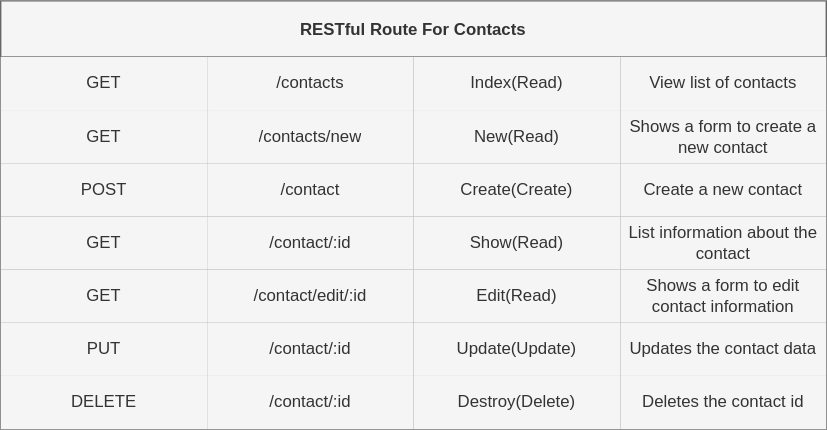
Earlier version of the draw.io export restfulRoute.drawio.svg (Rjaysesh0207/project-2). Source tidied: cells renumbered, new cells last; positions are measured from the earlier drawing's top-left corner, leaving out a move shared by most shapes.
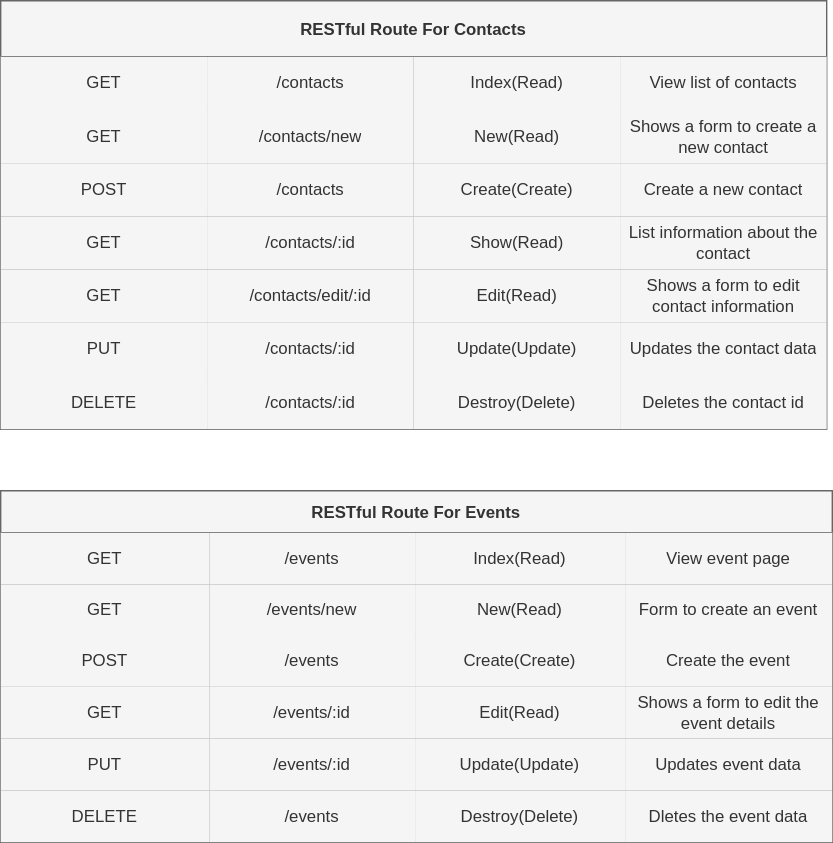
Later version of the same file.

Commit message:
Made invite card a stretch goal, made a RESTful chart for Events model

What changed in the source:
```diff
@@ -41,7 +41,7 @@
     <mxCell id="14" value="POST" style="shape=partialRectangle;html=1;whiteSpace=wrap;fillColor=#f5f5f5;top=0;left=0;bottom=0;right=0;overflow=hidden;fontColor=#333333;strokeColor=#666666;" parent="13" vertex="1">
       <mxGeometry width="148" height="38" as="geometry" />
     </mxCell>
-    <mxCell id="15" value="/contact" style="shape=partialRectangle;html=1;whiteSpace=wrap;fillColor=#f5f5f5;top=0;left=0;bottom=0;right=0;overflow=hidden;fontColor=#333333;strokeColor=#666666;" parent="13" vertex="1">
+    <mxCell id="15" value="/contacts" style="shape=partialRectangle;html=1;whiteSpace=wrap;fillColor=#f5f5f5;top=0;left=0;bottom=0;right=0;overflow=hidden;fontColor=#333333;strokeColor=#666666;" parent="13" vertex="1">
       <mxGeometry x="148" width="147" height="38" as="geometry" />
     </mxCell>
     <mxCell id="16" value="Create(Create)" style="shape=partialRectangle;html=1;whiteSpace=wrap;fillColor=#f5f5f5;top=0;left=0;bottom=0;right=0;overflow=hidden;fontColor=#333333;strokeColor=#666666;" parent="13" vertex="1">
@@ -56,7 +56,7 @@
     <mxCell id="19" value="GET" style="shape=partialRectangle;html=1;whiteSpace=wrap;fillColor=#f5f5f5;top=0;left=0;bottom=0;right=0;overflow=hidden;fontColor=#333333;strokeColor=#666666;" parent="18" vertex="1">
       <mxGeometry width="148" height="38" as="geometry" />
     </mxCell>
-    <mxCell id="20" value="/contact/:id" style="shape=partialRectangle;html=1;whiteSpace=wrap;fillColor=#f5f5f5;top=0;left=0;bottom=0;right=0;overflow=hidden;fontColor=#333333;strokeColor=#666666;" parent="18" vertex="1">
+    <mxCell id="20" value="/contacts/:id" style="shape=partialRectangle;html=1;whiteSpace=wrap;fillColor=#f5f5f5;top=0;left=0;bottom=0;right=0;overflow=hidden;fontColor=#333333;strokeColor=#666666;" parent="18" vertex="1">
       <mxGeometry x="148" width="147" height="38" as="geometry" />
     </mxCell>
     <mxCell id="21" value="Show(Read)" style="shape=partialRectangle;html=1;whiteSpace=wrap;fillColor=#f5f5f5;top=0;left=0;bottom=0;right=0;overflow=hidden;fontColor=#333333;strokeColor=#666666;" parent="18" vertex="1">
@@ -71,7 +71,7 @@
     <mxCell id="24" value="GET" style="shape=partialRectangle;html=1;whiteSpace=wrap;fillColor=#f5f5f5;top=0;left=0;bottom=0;right=0;overflow=hidden;fontColor=#333333;strokeColor=#666666;" parent="23" vertex="1">
       <mxGeometry width="148" height="38" as="geometry" />
     </mxCell>
-    <mxCell id="25" value="/contact/edit/:id" style="shape=partialRectangle;html=1;whiteSpace=wrap;fillColor=#f5f5f5;top=0;left=0;bottom=0;right=0;overflow=hidden;fontColor=#333333;strokeColor=#666666;" parent="23" vertex="1">
+    <mxCell id="25" value="/contacts/edit/:id" style="shape=partialRectangle;html=1;whiteSpace=wrap;fillColor=#f5f5f5;top=0;left=0;bottom=0;right=0;overflow=hidden;fontColor=#333333;strokeColor=#666666;" parent="23" vertex="1">
       <mxGeometry x="148" width="147" height="38" as="geometry" />
     </mxCell>
     <mxCell id="26" value="Edit(Read)" style="shape=partialRectangle;html=1;whiteSpace=wrap;fillColor=#f5f5f5;top=0;left=0;bottom=0;right=0;overflow=hidden;fontColor=#333333;strokeColor=#666666;" parent="23" vertex="1">
@@ -86,7 +86,7 @@
     <mxCell id="29" value="PUT" style="shape=partialRectangle;html=1;whiteSpace=wrap;fillColor=#f5f5f5;top=0;left=0;bottom=0;right=0;overflow=hidden;fontColor=#333333;strokeColor=#666666;" parent="28" vertex="1">
       <mxGeometry width="148" height="38" as="geometry" />
     </mxCell>
-    <mxCell id="30" value="/contact/:id" style="shape=partialRectangle;html=1;whiteSpace=wrap;fillColor=#f5f5f5;top=0;left=0;bottom=0;right=0;overflow=hidden;fontColor=#333333;strokeColor=#666666;" parent="28" vertex="1">
+    <mxCell id="30" value="/contacts/:id" style="shape=partialRectangle;html=1;whiteSpace=wrap;fillColor=#f5f5f5;top=0;left=0;bottom=0;right=0;overflow=hidden;fontColor=#333333;strokeColor=#666666;" parent="28" vertex="1">
       <mxGeometry x="148" width="147" height="38" as="geometry" />
     </mxCell>
     <mxCell id="31" value="Update(Update)" style="shape=partialRectangle;html=1;whiteSpace=wrap;fillColor=#f5f5f5;top=0;left=0;bottom=0;right=0;overflow=hidden;fontColor=#333333;strokeColor=#666666;" parent="28" vertex="1">
@@ -101,7 +101,7 @@
     <mxCell id="34" value="DELETE" style="shape=partialRectangle;html=1;whiteSpace=wrap;fillColor=#f5f5f5;top=0;left=0;bottom=0;right=0;overflow=hidden;fontColor=#333333;strokeColor=#666666;" parent="33" vertex="1">
       <mxGeometry width="148" height="38" as="geometry" />
     </mxCell>
-    <mxCell id="35" value="/contact/:id" style="shape=partialRectangle;html=1;whiteSpace=wrap;fillColor=#f5f5f5;top=0;left=0;bottom=0;right=0;overflow=hidden;fontColor=#333333;strokeColor=#666666;" parent="33" vertex="1">
+    <mxCell id="35" value="/contacts/:id" style="shape=partialRectangle;html=1;whiteSpace=wrap;fillColor=#f5f5f5;top=0;left=0;bottom=0;right=0;overflow=hidden;fontColor=#333333;strokeColor=#666666;" parent="33" vertex="1">
       <mxGeometry x="148" width="147" height="38" as="geometry" />
     </mxCell>
     <mxCell id="36" value="Destroy(Delete)" style="shape=partialRectangle;html=1;whiteSpace=wrap;fillColor=#f5f5f5;top=0;left=0;bottom=0;right=0;overflow=hidden;fontColor=#333333;strokeColor=#666666;" parent="33" vertex="1">
@@ -110,5 +110,98 @@
     <mxCell id="37" value="Deletes the contact id" style="shape=partialRectangle;html=1;whiteSpace=wrap;fillColor=#f5f5f5;top=0;left=0;bottom=0;right=0;overflow=hidden;fontColor=#333333;strokeColor=#666666;" parent="33" vertex="1">
       <mxGeometry x="443" width="147" height="38" as="geometry" />
     </mxCell>
+    <mxCell id="38" value="RESTful Route For Events" style="shape=table;startSize=30;fontStyle=1;align=center;fillColor=#f5f5f5;fontColor=#333333;strokeColor=#666666;" parent="1" vertex="1">
+      <mxGeometry y="350" width="594" height="251" as="geometry" />
+    </mxCell>
+    <mxCell id="39" style="shape=tableRow;horizontal=0;startSize=0;swimlaneHead=0;swimlaneBody=0;top=0;left=0;bottom=0;right=0;fillColor=none;" parent="38" vertex="1">
+      <mxGeometry y="30" width="594" height="37" as="geometry" />
+    </mxCell>
+    <mxCell id="40" value="GET" style="shape=partialRectangle;html=1;whiteSpace=wrap;fillColor=#f5f5f5;top=0;left=0;bottom=0;right=0;overflow=hidden;fontColor=#333333;strokeColor=#666666;" parent="39" vertex="1">
+      <mxGeometry width="149" height="37" as="geometry" />
+    </mxCell>
+    <mxCell id="41" value="/events" style="shape=partialRectangle;html=1;whiteSpace=wrap;fillColor=#f5f5f5;top=0;left=0;bottom=0;right=0;overflow=hidden;fontColor=#333333;strokeColor=#666666;" parent="39" vertex="1">
+      <mxGeometry x="149" width="147" height="37" as="geometry" />
+    </mxCell>
+    <mxCell id="42" value="Index(Read)" style="shape=partialRectangle;html=1;whiteSpace=wrap;fillColor=#f5f5f5;top=0;left=0;bottom=0;right=0;overflow=hidden;fontColor=#333333;strokeColor=#666666;" parent="39" vertex="1">
+      <mxGeometry x="296" width="150" height="37" as="geometry" />
+    </mxCell>
+    <mxCell id="43" value="View event page" style="shape=partialRectangle;html=1;whiteSpace=wrap;fillColor=#f5f5f5;top=0;left=0;bottom=0;right=0;overflow=hidden;fontColor=#333333;strokeColor=#666666;" parent="39" vertex="1">
+      <mxGeometry x="446" width="148" height="37" as="geometry" />
+    </mxCell>
+    <mxCell id="44" style="shape=tableRow;horizontal=0;startSize=0;swimlaneHead=0;swimlaneBody=0;top=0;left=0;bottom=0;right=0;fillColor=none;" parent="38" vertex="1">
+      <mxGeometry y="67" width="594" height="36" as="geometry" />
+    </mxCell>
+    <mxCell id="45" value="GET" style="shape=partialRectangle;html=1;whiteSpace=wrap;fillColor=#f5f5f5;top=0;left=0;bottom=0;right=0;overflow=hidden;fontColor=#333333;strokeColor=#666666;" parent="44" vertex="1">
+      <mxGeometry width="149" height="36" as="geometry" />
+    </mxCell>
+    <mxCell id="46" value="/events/new" style="shape=partialRectangle;html=1;whiteSpace=wrap;fillColor=#f5f5f5;top=0;left=0;bottom=0;right=0;overflow=hidden;fontColor=#333333;strokeColor=#666666;" parent="44" vertex="1">
+      <mxGeometry x="149" width="147" height="36" as="geometry" />
+    </mxCell>
+    <mxCell id="47" value="New(Read)" style="shape=partialRectangle;html=1;whiteSpace=wrap;fillColor=#f5f5f5;top=0;left=0;bottom=0;right=0;overflow=hidden;fontColor=#333333;strokeColor=#666666;" parent="44" vertex="1">
+      <mxGeometry x="296" width="150" height="36" as="geometry" />
+    </mxCell>
+    <mxCell id="48" value="Form to create an event" style="shape=partialRectangle;html=1;whiteSpace=wrap;fillColor=#f5f5f5;top=0;left=0;bottom=0;right=0;overflow=hidden;fontColor=#333333;strokeColor=#666666;" parent="44" vertex="1">
+      <mxGeometry x="446" width="148" height="36" as="geometry" />
+    </mxCell>
+    <mxCell id="49" style="shape=tableRow;horizontal=0;startSize=0;swimlaneHead=0;swimlaneBody=0;top=0;left=0;bottom=0;right=0;fillColor=none;" parent="38" vertex="1">
+      <mxGeometry y="103" width="594" height="37" as="geometry" />
+    </mxCell>
+    <mxCell id="50" value="POST" style="shape=partialRectangle;html=1;whiteSpace=wrap;fillColor=#f5f5f5;top=0;left=0;bottom=0;right=0;overflow=hidden;fontColor=#333333;strokeColor=#666666;" parent="49" vertex="1">
+      <mxGeometry width="149" height="37" as="geometry" />
+    </mxCell>
+    <mxCell id="51" value="/events" style="shape=partialRectangle;html=1;whiteSpace=wrap;fillColor=#f5f5f5;top=0;left=0;bottom=0;right=0;overflow=hidden;fontColor=#333333;strokeColor=#666666;" parent="49" vertex="1">
+      <mxGeometry x="149" width="147" height="37" as="geometry" />
+    </mxCell>
+    <mxCell id="52" value="Create(Create)" style="shape=partialRectangle;html=1;whiteSpace=wrap;fillColor=#f5f5f5;top=0;left=0;bottom=0;right=0;overflow=hidden;fontColor=#333333;strokeColor=#666666;" parent="49" vertex="1">
+      <mxGeometry x="296" width="150" height="37" as="geometry" />
+    </mxCell>
+    <mxCell id="53" value="Create the event" style="shape=partialRectangle;html=1;whiteSpace=wrap;fillColor=#f5f5f5;top=0;left=0;bottom=0;right=0;overflow=hidden;fontColor=#333333;strokeColor=#666666;" parent="49" vertex="1">
+      <mxGeometry x="446" width="148" height="37" as="geometry" />
+    </mxCell>
+    <mxCell id="54" style="shape=tableRow;horizontal=0;startSize=0;swimlaneHead=0;swimlaneBody=0;top=0;left=0;bottom=0;right=0;fillColor=none;" parent="38" vertex="1">
+      <mxGeometry y="140" width="594" height="37" as="geometry" />
+    </mxCell>
+    <mxCell id="55" value="GET" style="shape=partialRectangle;html=1;whiteSpace=wrap;fillColor=#f5f5f5;top=0;left=0;bottom=0;right=0;overflow=hidden;fontColor=#333333;strokeColor=#666666;" parent="54" vertex="1">
+      <mxGeometry width="149" height="37" as="geometry" />
+    </mxCell>
+    <mxCell id="56" value="/events/:id" style="shape=partialRectangle;html=1;whiteSpace=wrap;fillColor=#f5f5f5;top=0;left=0;bottom=0;right=0;overflow=hidden;fontColor=#333333;strokeColor=#666666;" parent="54" vertex="1">
+      <mxGeometry x="149" width="147" height="37" as="geometry" />
+    </mxCell>
+    <mxCell id="57" value="Edit(Read)" style="shape=partialRectangle;html=1;whiteSpace=wrap;fillColor=#f5f5f5;top=0;left=0;bottom=0;right=0;overflow=hidden;fontColor=#333333;strokeColor=#666666;" parent="54" vertex="1">
+      <mxGeometry x="296" width="150" height="37" as="geometry" />
+    </mxCell>
+    <mxCell id="58" value="Shows a form to edit the event details" style="shape=partialRectangle;html=1;whiteSpace=wrap;fillColor=#f5f5f5;top=0;left=0;bottom=0;right=0;overflow=hidden;fontColor=#333333;strokeColor=#666666;" parent="54" vertex="1">
+      <mxGeometry x="446" width="148" height="37" as="geometry" />
+    </mxCell>
+    <mxCell id="59" style="shape=tableRow;horizontal=0;startSize=0;swimlaneHead=0;swimlaneBody=0;top=0;left=0;bottom=0;right=0;fillColor=none;" parent="38" vertex="1">
+      <mxGeometry y="177" width="594" height="37" as="geometry" />
+    </mxCell>
+    <mxCell id="60" value="PUT" style="shape=partialRectangle;html=1;whiteSpace=wrap;fillColor=#f5f5f5;top=0;left=0;bottom=0;right=0;overflow=hidden;fontColor=#333333;strokeColor=#666666;" parent="59" vertex="1">
+      <mxGeometry width="149" height="37" as="geometry" />
+    </mxCell>
+    <mxCell id="61" value="/events/:id" style="shape=partialRectangle;html=1;whiteSpace=wrap;fillColor=#f5f5f5;top=0;left=0;bottom=0;right=0;overflow=hidden;fontColor=#333333;strokeColor=#666666;" parent="59" vertex="1">
+      <mxGeometry x="149" width="147" height="37" as="geometry" />
+    </mxCell>
+    <mxCell id="62" value="Update(Update)" style="shape=partialRectangle;html=1;whiteSpace=wrap;fillColor=#f5f5f5;top=0;left=0;bottom=0;right=0;overflow=hidden;fontColor=#333333;strokeColor=#666666;" parent="59" vertex="1">
+      <mxGeometry x="296" width="150" height="37" as="geometry" />
+    </mxCell>
+    <mxCell id="63" value="Updates event data" style="shape=partialRectangle;html=1;whiteSpace=wrap;fillColor=#f5f5f5;top=0;left=0;bottom=0;right=0;overflow=hidden;fontColor=#333333;strokeColor=#666666;" parent="59" vertex="1">
+      <mxGeometry x="446" width="148" height="37" as="geometry" />
+    </mxCell>
+    <mxCell id="64" style="shape=tableRow;horizontal=0;startSize=0;swimlaneHead=0;swimlaneBody=0;top=0;left=0;bottom=0;right=0;fillColor=none;" parent="38" vertex="1">
+      <mxGeometry y="214" width="594" height="37" as="geometry" />
+    </mxCell>
+    <mxCell id="65" value="DELETE" style="shape=partialRectangle;html=1;whiteSpace=wrap;fillColor=#f5f5f5;top=0;left=0;bottom=0;right=0;overflow=hidden;fontColor=#333333;strokeColor=#666666;" parent="64" vertex="1">
+      <mxGeometry width="149" height="37" as="geometry" />
+    </mxCell>
+    <mxCell id="66" value="/events" style="shape=partialRectangle;html=1;whiteSpace=wrap;fillColor=#f5f5f5;top=0;left=0;bottom=0;right=0;overflow=hidden;fontColor=#333333;strokeColor=#666666;" parent="64" vertex="1">
+      <mxGeometry x="149" width="147" height="37" as="geometry" />
+    </mxCell>
+    <mxCell id="67" value="Destroy(Delete)" style="shape=partialRectangle;html=1;whiteSpace=wrap;fillColor=#f5f5f5;top=0;left=0;bottom=0;right=0;overflow=hidden;fontColor=#333333;strokeColor=#666666;" parent="64" vertex="1">
+      <mxGeometry x="296" width="150" height="37" as="geometry" />
+    </mxCell>
+    <mxCell id="68" value="Dletes the event data" style="shape=partialRectangle;html=1;whiteSpace=wrap;fillColor=#f5f5f5;top=0;left=0;bottom=0;right=0;overflow=hidden;fontColor=#333333;strokeColor=#666666;" parent="64" vertex="1">
+      <mxGeometry x="446" width="148" height="37" as="geometry" />
+    </mxCell>
   </root>
 </mxGraphModel>
```
